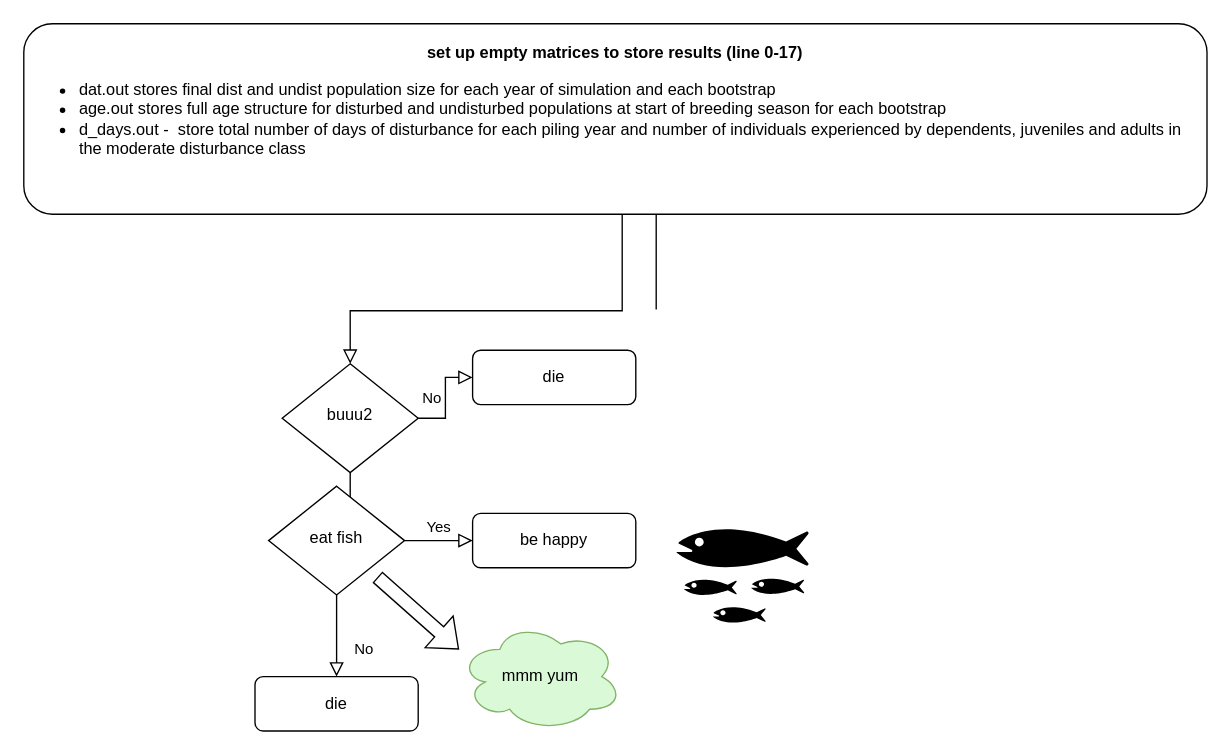
This is iPCoD flowchart.drawio from SMRU-Consulting-Github/LearningiPCoD, a draw.io file, before an edit. Source tidied: cells renumbered, new cells numbered last; positions are measured from the earlier drawing's top-left corner, leaving out a move shared by most shapes. Both pictures are drawn from the tidied source at 136%, with x=0, y=0 at pixel (23, 23).
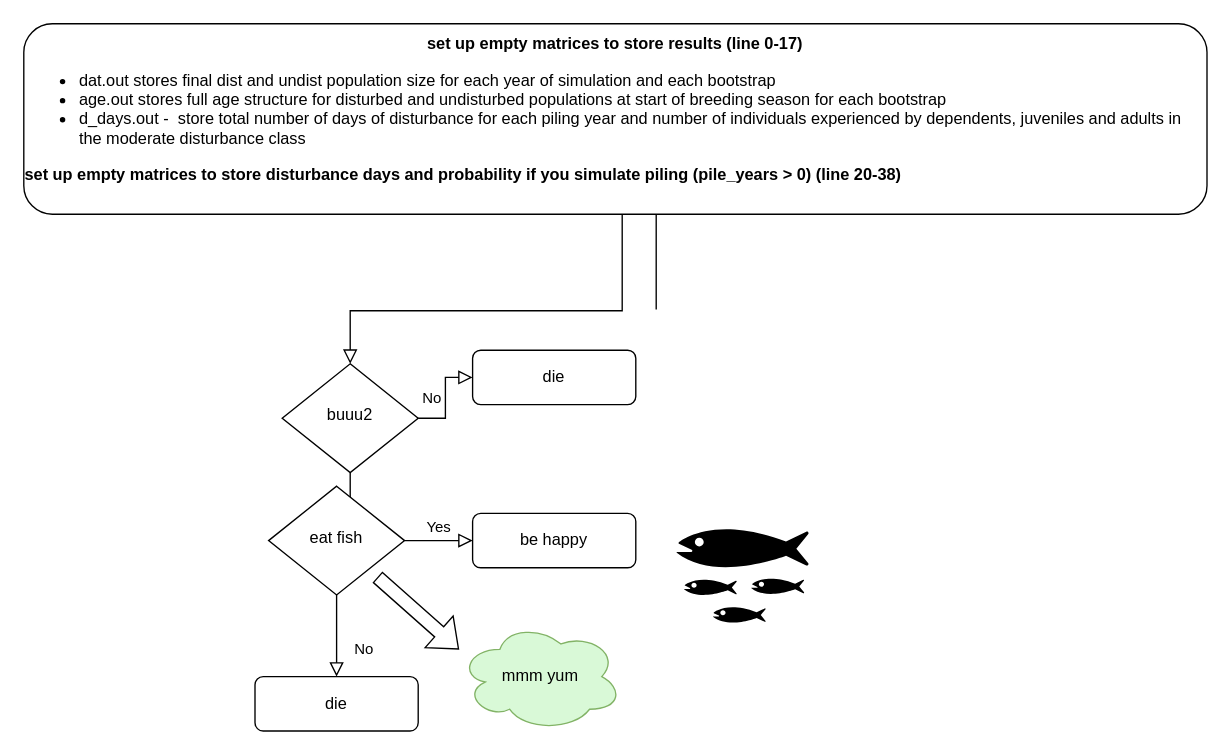
The same diagram, later.

Diff of the diagram source:
```diff
@@
 <mxGraphModel>
   <root>
     <mxCell id="0" />
     <mxCell id="1" parent="0" />
     <mxCell id="2" style="rounded=0;html=1;jettySize=auto;fontSize=11;endArrow=block;endFill=0;endSize=8;strokeWidth=1;shadow=0;labelBackgroundColor=none;edgeStyle=orthogonalEdgeStyle;" parent="1" edge="1" target="6">
       <mxGeometry relative="1" as="geometry">
         <mxPoint x="465" y="210" as="sourcePoint" />
         <Array as="points">
           <mxPoint x="465" y="90" />
           <mxPoint x="440" y="90" />
           <mxPoint x="440" y="211" />
           <mxPoint x="240" y="211" />
         </Array>
       </mxGeometry>
     </mxCell>
-    <mxCell id="3" value="&lt;div&gt;&lt;b&gt;set up empty matrices to store results (line 0-17)&lt;/b&gt;&lt;/div&gt;&lt;div align=&quot;left&quot;&gt;&lt;ul&gt;&lt;li&gt;dat.out stores final dist and undist population size for each year of simulation and each bootstrap&lt;/li&gt;&lt;li&gt;age.out stores full age structure for disturbed and undisturbed populations at start of breeding season for each bootstrap&lt;/li&gt;&lt;li&gt;d_days.out -&amp;nbsp; store total number of days of disturbance for each piling year and number of individuals experienced by dependents, juveniles and adults in the moderate disturbance class&lt;/li&gt;&lt;/ul&gt;&lt;/div&gt;&lt;div align=&quot;left&quot;&gt;&lt;br&gt;&lt;/div&gt;" style="rounded=1;whiteSpace=wrap;html=1;fontSize=12;glass=0;strokeWidth=1;shadow=0;" parent="1" vertex="1">
+    <mxCell id="3" value="&lt;div&gt;&lt;b&gt;set up empty matrices to store results (line 0-17)&lt;/b&gt;&lt;/div&gt;&lt;div align=&quot;left&quot;&gt;&lt;ul&gt;&lt;li&gt;dat.out stores final dist and undist population size for each year of simulation and each bootstrap&lt;/li&gt;&lt;li&gt;age.out stores full age structure for disturbed and undisturbed populations at start of breeding season for each bootstrap&lt;/li&gt;&lt;li&gt;d_days.out -&amp;nbsp; store total number of days of disturbance for each piling year and number of individuals experienced by dependents, juveniles and adults in the moderate disturbance class&lt;/li&gt;&lt;/ul&gt;&lt;div&gt;&lt;b&gt;set up empty matrices to store disturbance days and probability if you simulate piling (pile_years &amp;gt; 0) (line 20-38)&lt;/b&gt;&lt;br&gt;&lt;/div&gt;&lt;/div&gt;&lt;div align=&quot;left&quot;&gt;&lt;br&gt;&lt;/div&gt;" style="rounded=1;whiteSpace=wrap;html=1;fontSize=12;glass=0;strokeWidth=1;shadow=0;" parent="1" vertex="1">
       <mxGeometry width="870" height="140" as="geometry" />
     </mxCell>
     <mxCell id="4" value="Yes" style="rounded=0;html=1;jettySize=auto;fontSize=11;endArrow=block;endFill=0;endSize=8;strokeWidth=1;shadow=0;labelBackgroundColor=none;edgeStyle=orthogonalEdgeStyle;" parent="1" edge="1" source="6" target="10">
       <mxGeometry y="20" relative="1" as="geometry" />
     </mxCell>
     <mxCell id="5" value="No" style="edgeStyle=orthogonalEdgeStyle;rounded=0;html=1;jettySize=auto;fontSize=11;endArrow=block;endFill=0;endSize=8;strokeWidth=1;shadow=0;labelBackgroundColor=none;" parent="1" edge="1" source="6" target="7">
       <mxGeometry y="10" relative="1" as="geometry" />
     </mxCell>
     <mxCell id="6" value="buuu2" style="rhombus;whiteSpace=wrap;html=1;shadow=0;fontFamily=Helvetica;fontSize=12;align=center;strokeWidth=1;spacing=6;spacingTop=-4;" parent="1" vertex="1">
       <mxGeometry x="190" y="250" width="100" height="80" as="geometry" />
     </mxCell>
     <mxCell id="7" value="die" style="rounded=1;whiteSpace=wrap;html=1;fontSize=12;glass=0;strokeWidth=1;shadow=0;" parent="1" vertex="1">
       <mxGeometry x="330" y="240" width="120" height="40" as="geometry" />
     </mxCell>
     <mxCell id="8" value="No" style="rounded=0;html=1;jettySize=auto;fontSize=11;endArrow=block;endFill=0;endSize=8;strokeWidth=1;shadow=0;labelBackgroundColor=none;edgeStyle=orthogonalEdgeStyle;" parent="1" edge="1" source="10" target="11">
       <mxGeometry x="0.33" y="20" relative="1" as="geometry" />
     </mxCell>
     <mxCell id="9" value="Yes" style="edgeStyle=orthogonalEdgeStyle;rounded=0;html=1;jettySize=auto;fontSize=11;endArrow=block;endFill=0;endSize=8;strokeWidth=1;shadow=0;labelBackgroundColor=none;" parent="1" edge="1" source="10" target="12">
       <mxGeometry y="10" relative="1" as="geometry" />
     </mxCell>
     <mxCell id="10" value="eat fish" style="rhombus;whiteSpace=wrap;html=1;shadow=0;fontFamily=Helvetica;fontSize=12;align=center;strokeWidth=1;spacing=6;spacingTop=-4;" parent="1" vertex="1">
       <mxGeometry x="180" y="340" width="100" height="80" as="geometry" />
     </mxCell>
     <mxCell id="11" value="die" style="rounded=1;whiteSpace=wrap;html=1;fontSize=12;glass=0;strokeWidth=1;shadow=0;" parent="1" vertex="1">
       <mxGeometry x="170" y="480" width="120" height="40" as="geometry" />
     </mxCell>
     <mxCell id="12" value="be happy" style="rounded=1;whiteSpace=wrap;html=1;fontSize=12;glass=0;strokeWidth=1;shadow=0;" parent="1" vertex="1">
       <mxGeometry x="330" y="360" width="120" height="40" as="geometry" />
     </mxCell>
     <mxCell id="13" value="mmm yum" style="ellipse;shape=cloud;whiteSpace=wrap;html=1;fillColor=#d9f9d7;strokeColor=#82b366;" parent="1" vertex="1">
       <mxGeometry x="320" y="440" width="120" height="80" as="geometry" />
     </mxCell>
     <mxCell id="14" style="shape=flexArrow;endArrow=classic;html=1;rounded=0;" parent="1" edge="1">
       <mxGeometry relative="1" as="geometry">
         <mxPoint x="260" y="406.8" as="sourcePoint" />
         <mxPoint x="320" y="460" as="targetPoint" />
       </mxGeometry>
     </mxCell>
     <mxCell id="15" style="shape=mxgraph.signs.animals.fish_hatchery;html=1;fillColor=#000000;strokeColor=none;verticalLabelPosition=bottom;verticalAlign=top;align=center;" parent="1" vertex="1">
       <mxGeometry x="480" y="360" width="97" height="85" as="geometry" />
     </mxCell>
   </root>
 </mxGraphModel>
```
